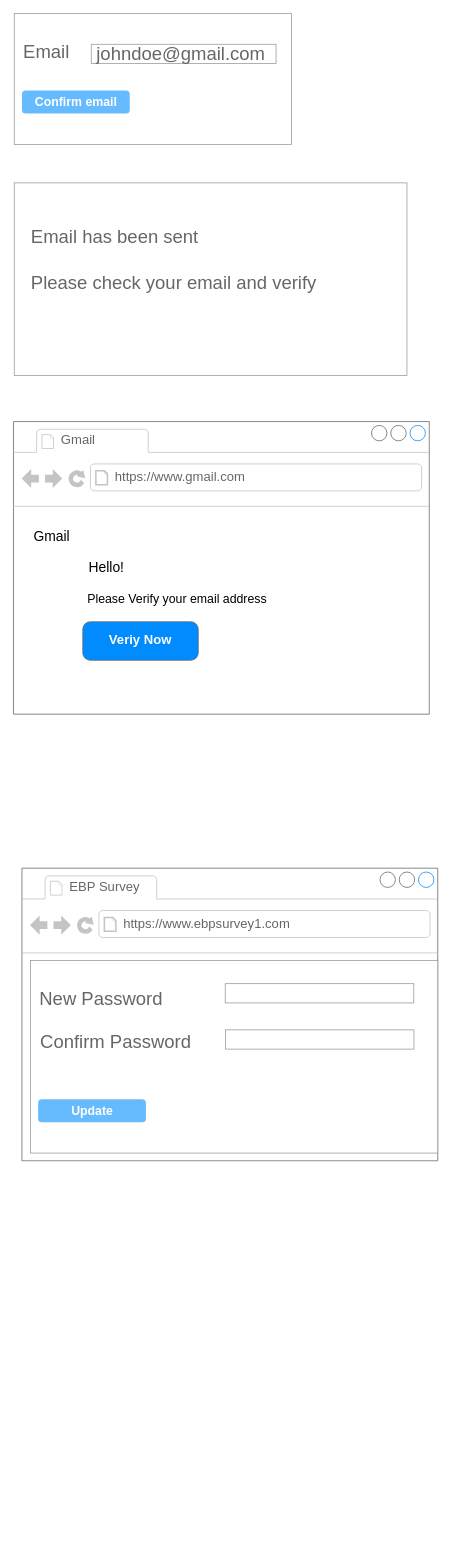
Above: Untitled Diagram.drawio in KyawKyawLinConnetis/vue_router (draw.io), before the change. Source tidied: cells renumbered, new cells numbered last; positions are measured from the earlier drawing's top-left corner, leaving out a move shared by most shapes. Both pictures are drawn from the tidied source at 77%, with x=0, y=0 at pixel (13, 13).
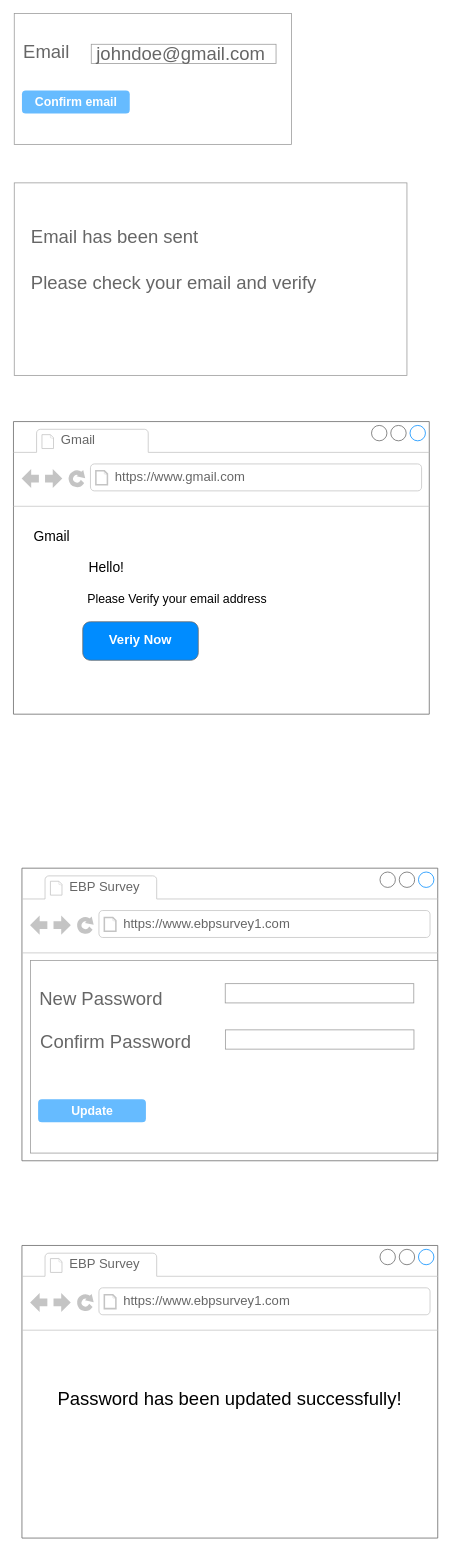
Above is the later version.

What changed in the source:
```diff
@@
+    <mxCell id="28" value="&lt;font size=&quot;3&quot;&gt;&lt;br&gt;&lt;br&gt;&lt;/font&gt;" style="strokeWidth=1;shadow=0;dashed=0;align=center;html=1;shape=mxgraph.mockup.containers.browserWindow;rSize=0;strokeColor=#666666;strokeColor2=#008cff;strokeColor3=#c4c4c4;mainText=,;" parent="1" vertex="1">
+      <mxGeometry x="11" y="1600" width="540" height="380" as="geometry" />
+    </mxCell>
+    <mxCell id="29" value="EBP Survey" style="strokeWidth=1;shadow=0;dashed=0;align=center;html=1;shape=mxgraph.mockup.containers.anchor;fontSize=17;fontColor=#666666;align=left;" parent="28" vertex="1">
+      <mxGeometry x="60" y="12" width="110" height="26" as="geometry" />
+    </mxCell>
+    <mxCell id="30" value="https://www.ebpsurvey1.com" style="strokeWidth=1;shadow=0;dashed=0;align=center;html=1;shape=mxgraph.mockup.containers.anchor;rSize=0;fontSize=17;fontColor=#666666;align=left;" parent="28" vertex="1">
+      <mxGeometry x="130" y="60" width="250" height="26" as="geometry" />
+    </mxCell>
+    <mxCell id="31" value="&lt;span style=&quot;font-size: 24px&quot;&gt;Password has been updated successfully!&lt;/span&gt;" style="text;html=1;strokeColor=none;fillColor=none;align=center;verticalAlign=middle;whiteSpace=wrap;rounded=0;" parent="1" vertex="1">
+      <mxGeometry x="41" y="1790" width="480" height="20" as="geometry" />
+    </mxCell>
```
